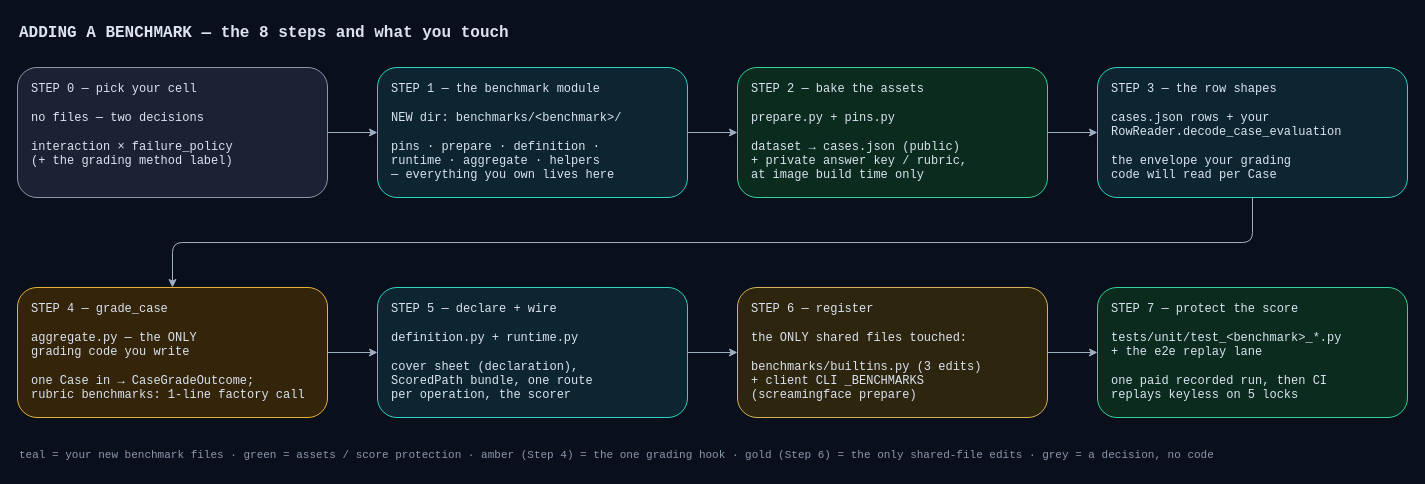
This is apps/screamingface-engine/docs/diagrams/benchmark-onboarding-steps.drawio from ScreamingFace/screamingface, a draw.io file, before an edit. Source tidied: cells renumbered, new cells numbered last; positions are measured from the earlier drawing's top-left corner, leaving out a move shared by most shapes. Both pictures are drawn from the tidied source at 100%, with x=0, y=0 at pixel (17, 17).
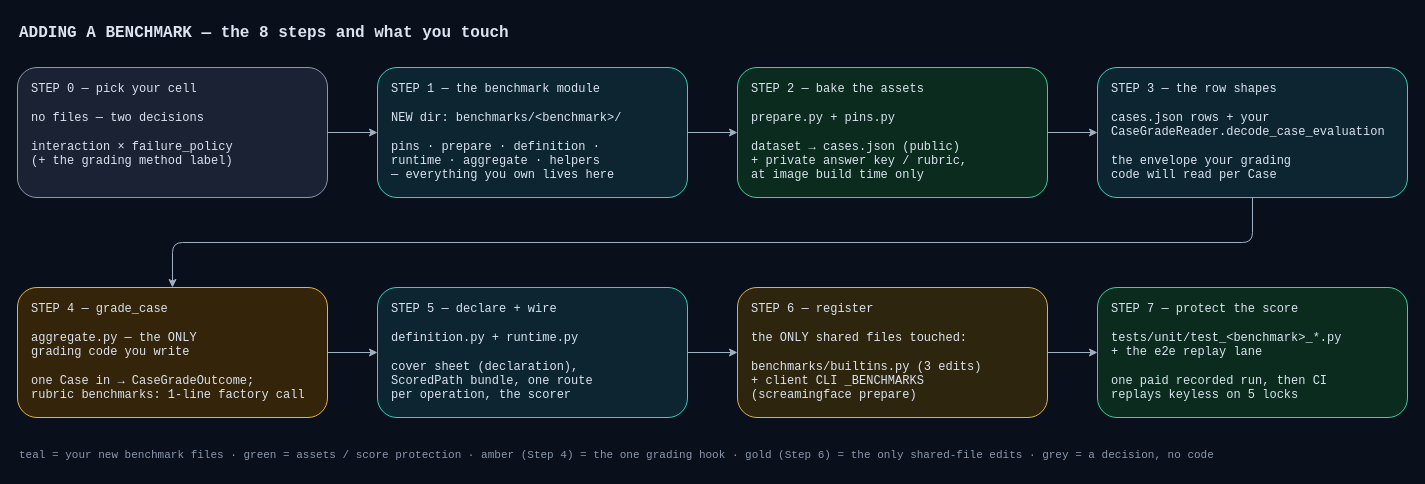
Above is the later version.

Diff of the diagram source:
```diff
@@
-    <mxCell id="6" value="STEP 3 — the row shapes&#10;&#10;cases.json rows + your&#10;RowReader.decode_case_evaluation&#10;&#10;the envelope your grading&#10;code will read per Case" style="rounded=1;whiteSpace=wrap;html=1;fillColor=#0c2530;strokeColor=#2dd4bf;fontColor=#dbe4f0;fontFamily=Courier New;fontSize=12;align=left;spacingLeft=12;verticalAlign=top;spacingTop=8;" parent="1" vertex="1">
+    <mxCell id="6" value="STEP 3 — the row shapes&#10;&#10;cases.json rows + your&#10;CaseGradeReader.decode_case_evaluation&#10;&#10;the envelope your grading&#10;code will read per Case" style="rounded=1;whiteSpace=wrap;html=1;fillColor=#0c2530;strokeColor=#2dd4bf;fontColor=#dbe4f0;fontFamily=Courier New;fontSize=12;align=left;spacingLeft=12;verticalAlign=top;spacingTop=8;" parent="1" vertex="1">
       <mxGeometry x="1080" y="50" width="310" height="130" as="geometry" />
     </mxCell>
```
